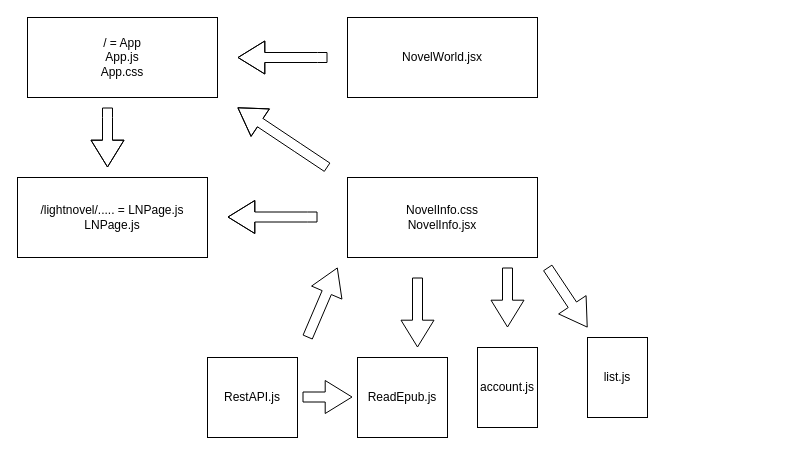
Earlier version of the draw.io diagram diagram.drawio (WebForks/lightnovel-react). Source tidied: cells renumbered, new cells numbered last; positions are measured from the earlier drawing's top-left corner, leaving out a move shared by most shapes. Both pictures are drawn from the tidied source at 100%, with x=0, y=0 at pixel (17, 17).
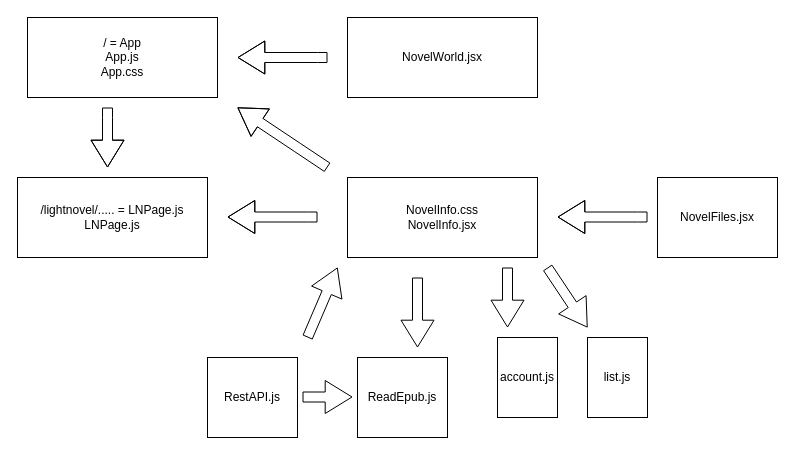
The same page after the edit.

Diff of the diagram source:
```diff
@@
     <mxCell id="12" value="account.js" style="rounded=0;whiteSpace=wrap;html=1;" parent="1" vertex="1">
-      <mxGeometry x="460" y="330" width="60" height="80" as="geometry" />
+      <mxGeometry x="480" y="320" width="60" height="80" as="geometry" />
     </mxCell>
@@
+    <mxCell id="19" style="shape=flexArrow;endArrow=classic;html=1;endWidth=22;endSize=8.6;" parent="1" edge="1">
+      <mxGeometry relative="1" as="geometry">
+        <mxPoint x="630" y="199.5" as="sourcePoint" />
+        <mxPoint x="540" y="199.5" as="targetPoint" />
+        <Array as="points">
+          <mxPoint x="620" y="199.5" />
+        </Array>
+      </mxGeometry>
+    </mxCell>
+    <mxCell id="20" value="NovelFiles.jsx" style="rounded=0;whiteSpace=wrap;html=1;" parent="1" vertex="1">
+      <mxGeometry x="640" y="160" width="120" height="80" as="geometry" />
+    </mxCell>
```
